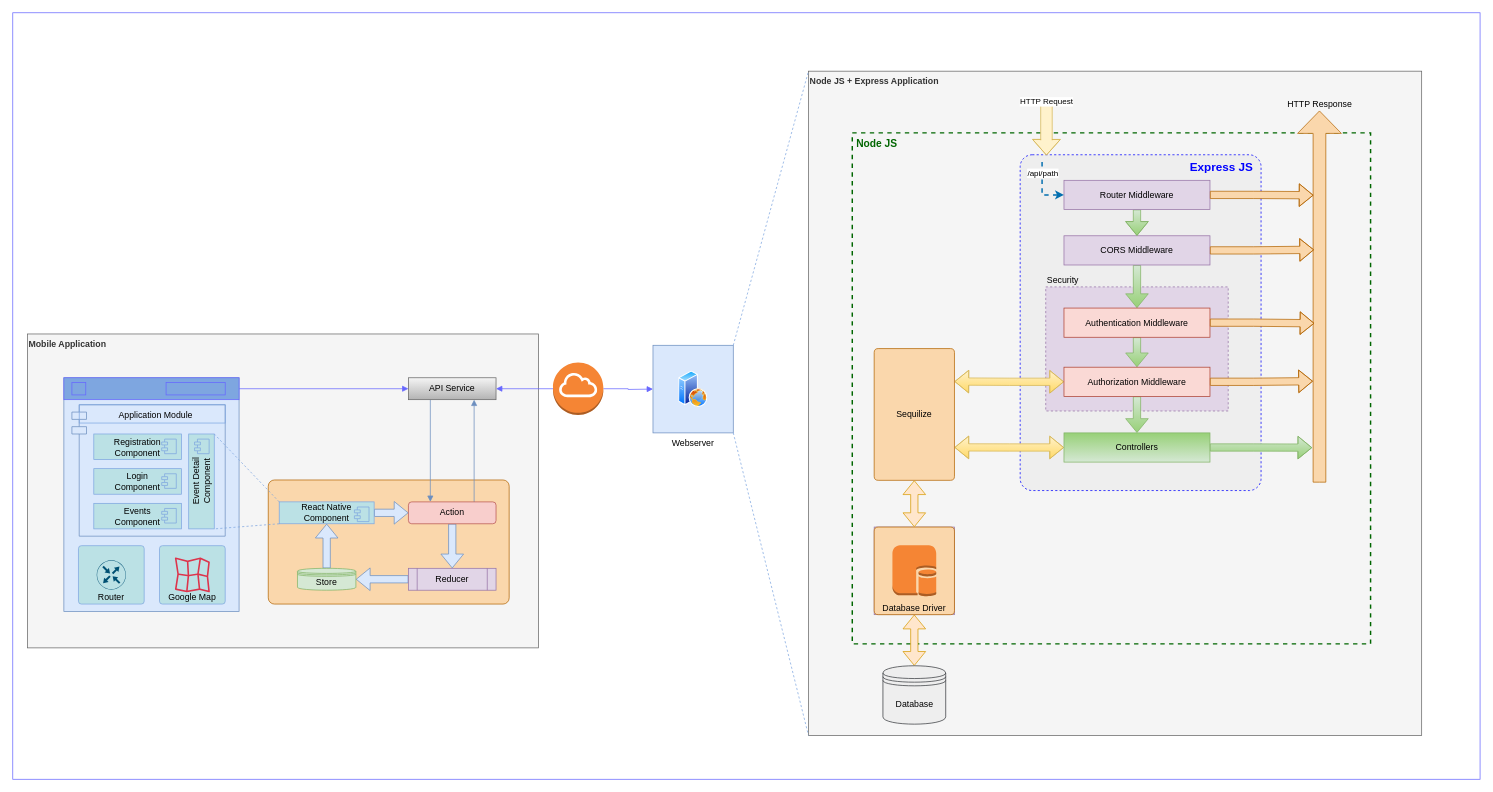
Hemant-Makar/guard-me keeps this draw.io diagram as doc/design/wsa-system-architecture.drawio. Above is the earlier version. Source tidied: cells renumbered, new cells numbered last; positions are measured from the earlier drawing's top-left corner, leaving out a move shared by most shapes. Both pictures are drawn from the tidied source at 73%, with x=0, y=0 at pixel (12, 12).
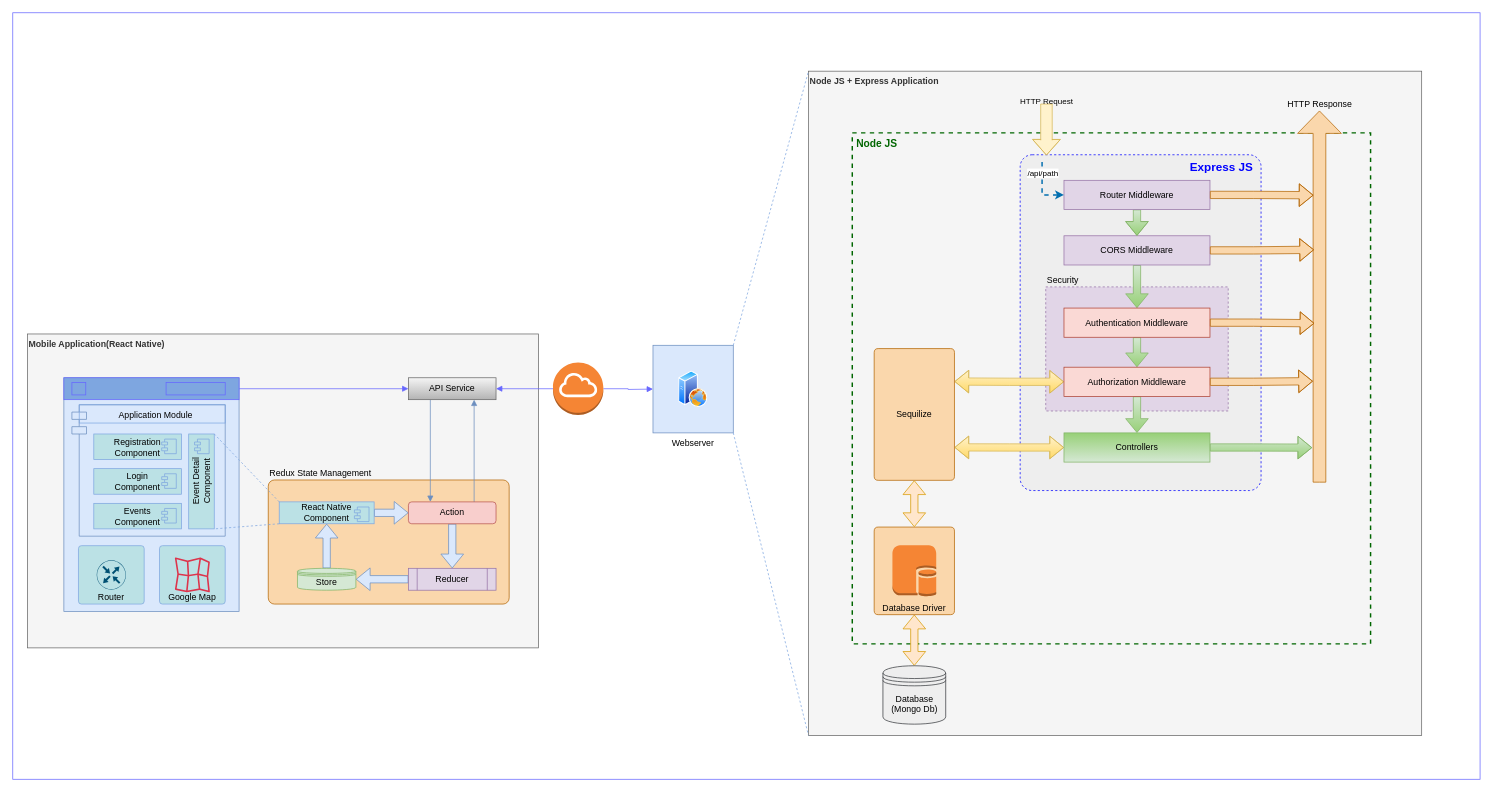
The same page after the edit.

Commit message (it also covers changes not shown here):
Added women safet application architecture diagram

Unchanged cells that the change refers to:
```xml
<mxCell id="67" style="edgeStyle=orthogonalEdgeStyle;rounded=0;jettySize=auto;html=1;entryX=0.109;entryY=0.002;entryDx=0;entryDy=0;entryPerimeter=0;shape=flexArrow;endWidth=21.212121212121215;endSize=6.793939393939395;width=15.757575757575758;fillColor=#fff2cc;strokeColor=#d6b656;" parent="1" edge="1" target="6">
  <mxGeometry relative="1" as="geometry">
    <mxPoint x="1416" y="124.5" as="sourcePoint" />
    <Array as="points">
      <mxPoint x="1416" y="174.5" />
      <mxPoint x="1416" y="174.5" />
    </Array>
  </mxGeometry>
</mxCell>
```

Change to the diagram source:
```diff
@@
-    <mxCell id="4" value="Mobile Application" style="rounded=0;whiteSpace=wrap;html=1;fillColor=#f5f5f5;strokeColor=#666666;verticalAlign=top;align=left;fontStyle=1;fontColor=#333333;" parent="1" vertex="1">
+    <mxCell id="4" value="Mobile Application(React Native)" style="rounded=0;whiteSpace=wrap;html=1;fillColor=#f5f5f5;strokeColor=#666666;verticalAlign=top;align=left;fontStyle=1;fontColor=#333333;" parent="1" vertex="1">
       <mxGeometry x="20" y="440" width="700" height="430" as="geometry" />
     </mxCell>
@@
-    <mxCell id="12" style="rounded=1;whiteSpace=wrap;html=1;fillColor=#fad7ac;perimeterSpacing=0;shadow=0;glass=0;arcSize=5;imageWidth=24;strokeColor=#b46504;" parent="1" vertex="1">
+    <mxCell id="12" value="Redux State Management" style="rounded=1;whiteSpace=wrap;html=1;fillColor=#fad7ac;perimeterSpacing=0;shadow=0;glass=0;arcSize=5;imageWidth=24;strokeColor=#b46504;verticalAlign=bottom;align=left;labelPosition=center;verticalLabelPosition=top;" parent="1" vertex="1">
       <mxGeometry x="350" y="640" width="330" height="170" as="geometry" />
     </mxCell>
@@
-    <mxCell id="46" value="Database" style="shape=datastore;html=1;labelPosition=center;verticalLabelPosition=middle;align=center;verticalAlign=middle;fillColor=#eeeeee;strokeColor=#36393d;horizontal=1;" parent="1" vertex="1">
+    <mxCell id="46" value="Database&lt;br&gt;(Mongo Db)" style="shape=datastore;html=1;labelPosition=center;verticalLabelPosition=middle;align=center;verticalAlign=middle;fillColor=#eeeeee;strokeColor=#36393d;horizontal=1;" parent="1" vertex="1">
       <mxGeometry x="1192" y="894.5" width="86" height="80" as="geometry" />
     </mxCell>
@@
-    <mxCell id="49" style="group;fillColor=#e1d5e7;strokeColor=#9673a6;" parent="1" vertex="1">
+    <mxCell id="49" style="group;fillColor=none;strokeColor=none;" parent="1" vertex="1">
       <mxGeometry x="1180" y="704.5" width="110" height="120" as="geometry" />
     </mxCell>
@@
-    <mxCell id="68" value="HTTP Request" style="edgeLabel;html=1;align=center;verticalAlign=middle;" parent="67" vertex="1">
+    <mxCell id="68" value="HTTP Request" style="edgeLabel;html=1;align=center;verticalAlign=middle;labelBackgroundColor=none;" parent="67" vertex="1">
       <mxGeometry x="-0.67" y="-2" relative="1" as="geometry">
         <mxPoint x="1" y="-15" as="offset" />
       </mxGeometry>
     </mxCell>
```
